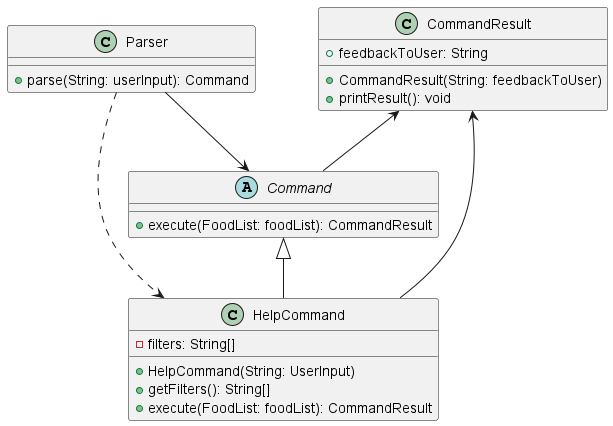
tsx0314/tp keeps this PlantUML diagram as docs/images/HelpCommandClassDiagram.png. Above is the earlier version.
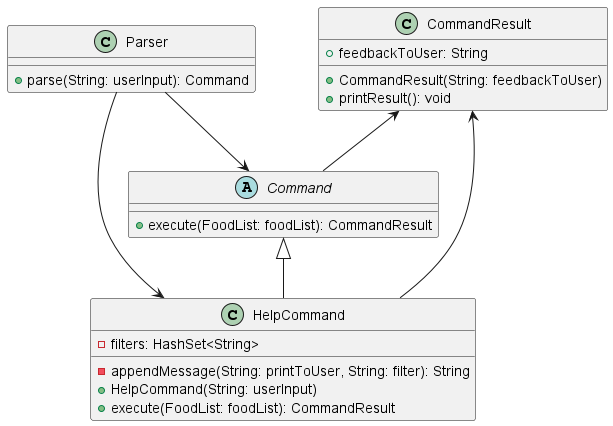
Above is the later version.

Commit message:
Update developer guide for HelpCommand

Diff of the diagram source:
```diff
@@ -1,6 +1,6 @@
 @startuml
 
-Parser ..> HelpCommand
+Parser --> HelpCommand
 Parser --> Command
 class Parser {
     +parse(String: userInput): Command
@@ -20,10 +20,11 @@
 
 Command <|-- HelpCommand
 class HelpCommand {
-    -filters: String[]
-    +HelpCommand(String: UserInput)
-    +getFilters(): String[]
+    -filters: HashSet<String>
+    -appendMessage(String: printToUser, String: filter): String
+    +HelpCommand(String: userInput)
     +execute(FoodList: foodList): CommandResult
+
 
 }
 
```
